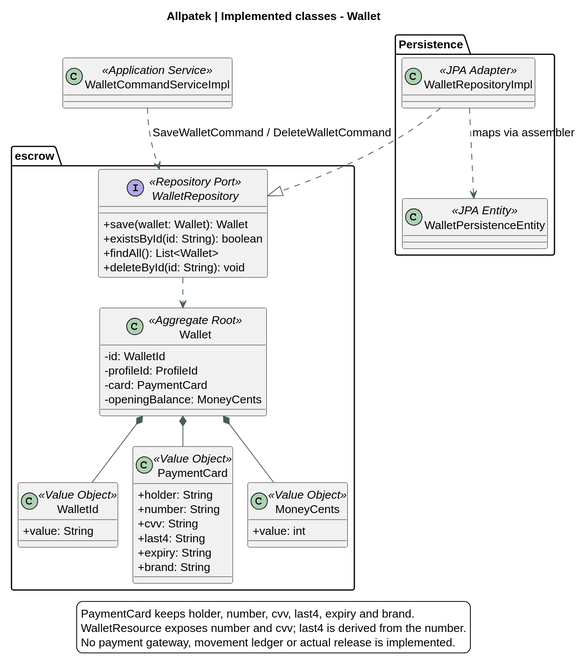
Before: assets/chapter-04/architecture/11-classes-payments.svg, a diagram exported from PlantUML (upc-pre-202620-1asi0729-7753-Terranova/allpatek-report).
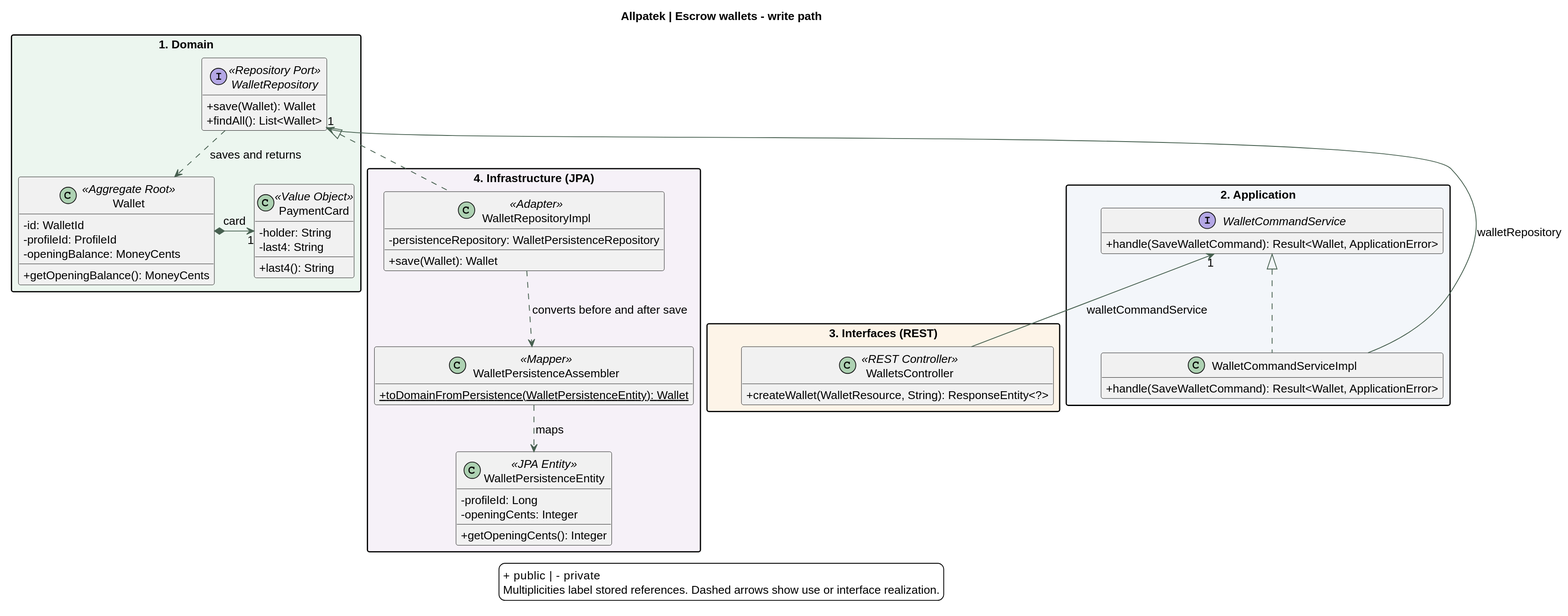
The same diagram one commit later.

Commit message:
docs(uml): trace escrow classes across the API and webapp

The edit, as a diff of the source:
```diff
@@ -6,62 +6,69 @@
 skinparam shadowing false
 skinparam classAttributeIconSize 0
 skinparam ArrowColor #476050
+skinparam packageStyle rectangle
 skinparam dpi 140
-title Allpatek | Implemented classes - Wallet
+hide empty members
 top to bottom direction
+title Allpatek | Escrow wallets - write path
 
-package "escrow" {
+package "1. Domain" as Domain #ECF6EF {
   class Wallet <<Aggregate Root>> {
     -id: WalletId
     -profileId: ProfileId
-    -card: PaymentCard
     -openingBalance: MoneyCents
+    +getOpeningBalance(): MoneyCents
   }
-
-  class WalletId <<Value Object>> {
-    +value: String
+  class PaymentCard <<Value Object>> {
+    -holder: String
+    -last4: String
+    +last4(): String
   }
-
-  class PaymentCard <<Value Object>> {
-    +holder: String
-    +number: String
-    +cvv: String
-    +last4: String
-    +expiry: String
-    +brand: String
+  interface WalletRepository <<Repository Port>> {
+    +save(Wallet): Wallet
+    +findAll(): List<Wallet>
   }
-
-  class MoneyCents <<Value Object>> {
-    +value: int
+  Wallet *-right-> "1" PaymentCard : card
+  WalletRepository ..> Wallet : saves and returns
+}
+package "2. Application" as Application #F3F6FA {
+  interface WalletCommandService {
+    +handle(SaveWalletCommand): Result<Wallet, ApplicationError>
   }
-
-  interface WalletRepository <<Repository Port>> {
-    +save(wallet: Wallet): Wallet
-    +existsById(id: String): boolean
-    +findAll(): List<Wallet>
-    +deleteById(id: String): void
+  class WalletCommandServiceImpl {
+    +handle(SaveWalletCommand): Result<Wallet, ApplicationError>
   }
-
-  Wallet *-- WalletId
-  Wallet *-- PaymentCard
-  Wallet *-- MoneyCents
-  WalletRepository ..> Wallet
+  WalletCommandService <|.. WalletCommandServiceImpl
 }
-
-class WalletCommandServiceImpl <<Application Service>>
-WalletCommandServiceImpl ..> WalletRepository : SaveWalletCommand / DeleteWalletCommand
-
-package "Persistence" {
-  class WalletRepositoryImpl <<JPA Adapter>>
-  class WalletPersistenceEntity <<JPA Entity>>
-
-  WalletRepositoryImpl ..> WalletPersistenceEntity : maps via assembler
+package "3. Interfaces (REST)" as Interfaces #FDF4E8 {
+  class WalletsController <<REST Controller>> {
+    +createWallet(WalletResource, String): ResponseEntity<?>
+  }
 }
-WalletRepositoryImpl ..|> WalletRepository
+package "4. Infrastructure (JPA)" as Infrastructure #F6F1F8 {
+  class WalletRepositoryImpl <<Adapter>> {
+    -persistenceRepository: WalletPersistenceRepository
+    +save(Wallet): Wallet
+  }
+  class WalletPersistenceAssembler <<Mapper>> {
+    {static} +toDomainFromPersistence(WalletPersistenceEntity): Wallet
+  }
+  class WalletPersistenceEntity <<JPA Entity>> {
+    -profileId: Long
+    -openingCents: Integer
+    +getOpeningCents(): Integer
+  }
+  WalletRepositoryImpl ..> WalletPersistenceAssembler : converts before and after save
+  WalletPersistenceAssembler ..> WalletPersistenceEntity : maps
+}
+WalletRepository "1" <-- WalletCommandServiceImpl : walletRepository
+WalletRepository <|.. WalletRepositoryImpl
+WalletCommandService "1" <-- WalletsController : walletCommandService
+Domain -[hidden]down-> Application
+Application -[hidden]down-> Interfaces
 
 legend bottom
-PaymentCard keeps holder, number, cvv, last4, expiry and brand.
-WalletResource exposes number and cvv; last4 is derived from the number.
-No payment gateway, movement ledger or actual release is implemented.
++ public  |  - private
+Multiplicities label stored references. Dashed arrows show use or interface realization.
 endlegend
 @enduml
```
